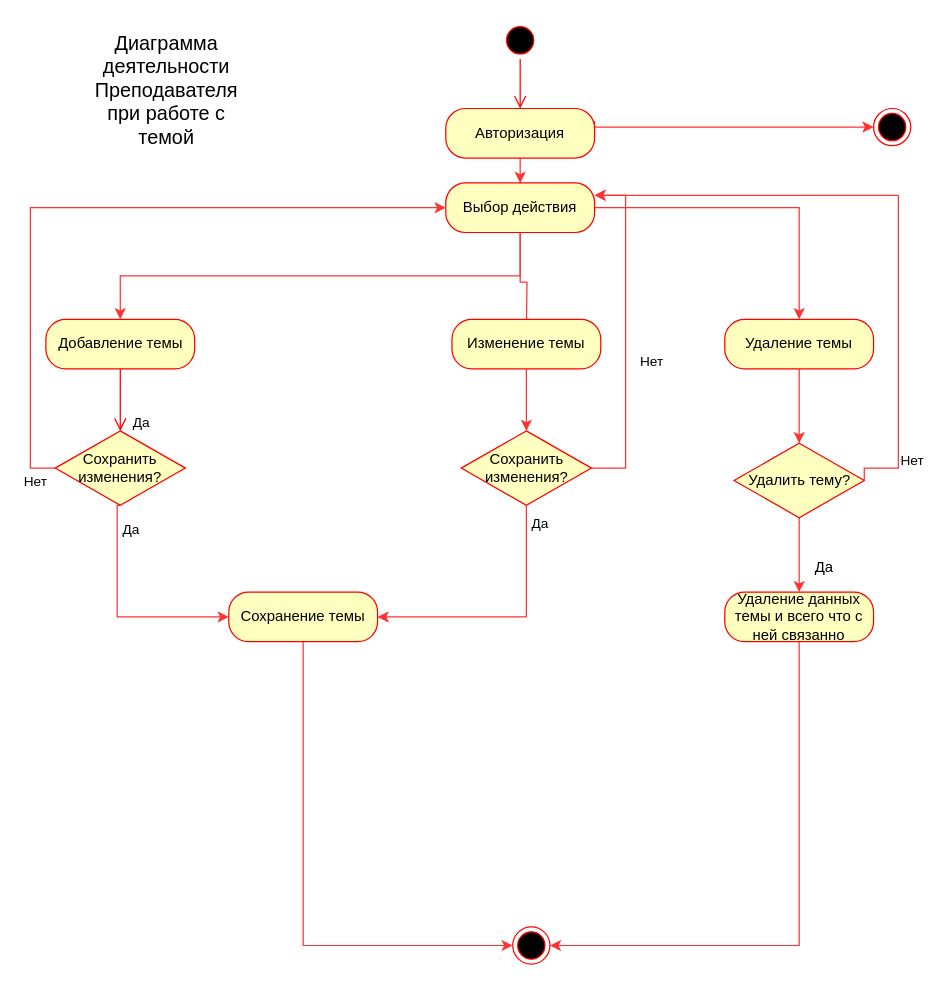
FaridunSalimzoda/myvkr keeps this draw.io diagram as page "Activity topic - Teacher" (9 of 10) of UML.drawio. Above is the earlier version. Source tidied: cells renumbered, new cells numbered last; positions are measured from the earlier drawing's top-left corner, leaving out a move shared by most shapes. Both pictures are drawn from the tidied source at 124%, with x=0, y=0 at pixel (45, 21).
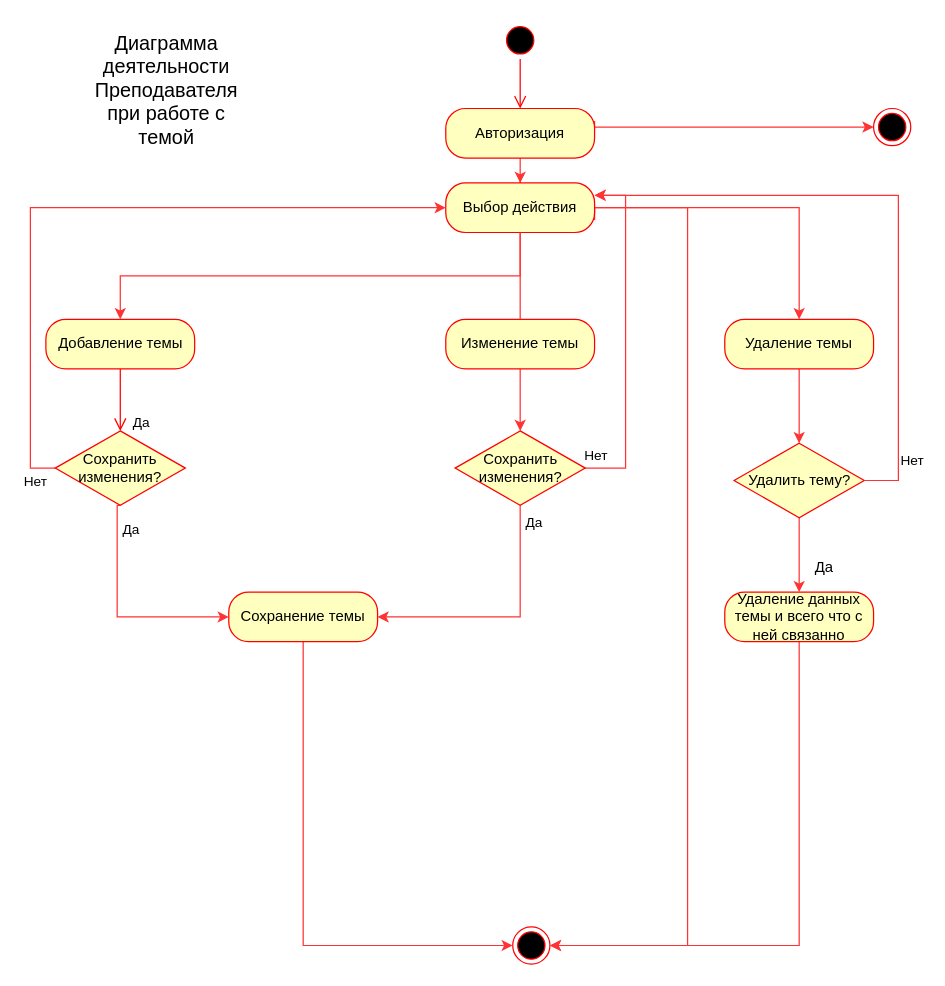
The same diagram, later.

Unchanged cells that the change refers to:
```xml
<mxCell id="10" value="Выбор действия" style="rounded=1;whiteSpace=wrap;html=1;arcSize=40;fontColor=#000000;fillColor=#ffffc0;strokeColor=#ff0000;" parent="1" vertex="1">
  <mxGeometry x="323" y="130" width="120" height="40" as="geometry" />
</mxCell>
<mxCell id="12" style="ellipse;html=1;shape=endState;fillColor=#000000;strokeColor=#ff0000;" parent="1" vertex="1">
  <mxGeometry x="377" y="730" width="30" height="30" as="geometry" />
</mxCell>
<mxCell id="24" style="edgeStyle=orthogonalEdgeStyle;rounded=0;jettySize=auto;html=1;exitX=1;exitY=0.5;exitDx=0;exitDy=0;entryX=1;entryY=0.25;entryDx=0;entryDy=0;strokeColor=#FF3333;" parent="1" edge="1" source="29" target="10">
  <mxGeometry relative="1" as="geometry">
    <Array as="points">
      <mxPoint x="468" y="360" />
      <mxPoint x="468" y="140" />
    </Array>
  </mxGeometry>
</mxCell>
<mxCell id="33" value="Удалить тему?" style="rhombus;whiteSpace=wrap;html=1;fillColor=#ffffc0;strokeColor=#ff0000;" parent="1" vertex="1">
  <mxGeometry x="555.5" y="340" width="105" height="60" as="geometry" />
</mxCell>
```

The edit, as a diff of the source:
```diff
@@
-    <mxCell id="8" style="edgeStyle=orthogonalEdgeStyle;rounded=0;jettySize=auto;html=1;strokeColor=#FF3333;" parent="1" edge="1" source="10">
+    <mxCell id="8" style="edgeStyle=orthogonalEdgeStyle;rounded=0;jettySize=auto;html=1;strokeColor=#FF3333;startArrow=none;" parent="1" edge="1" source="26">
       <mxGeometry relative="1" as="geometry">
         <mxPoint x="388" y="250" as="targetPoint" />
+        <Array as="points">
+          <mxPoint x="383" y="250" />
+        </Array>
       </mxGeometry>
     </mxCell>
@@
+    <mxCell id="39" style="edgeStyle=orthogonalEdgeStyle;rounded=0;jettySize=auto;html=1;exitX=1;exitY=0.75;exitDx=0;exitDy=0;entryX=1;entryY=0.5;entryDx=0;entryDy=0;strokeColor=#FF3333;" parent="1" edge="1" source="10" target="12">
+      <mxGeometry relative="1" as="geometry">
+        <Array as="points">
+          <mxPoint x="443" y="150" />
+          <mxPoint x="518" y="150" />
+          <mxPoint x="518" y="745" />
+        </Array>
+      </mxGeometry>
+    </mxCell>
@@
     <mxCell id="25" value="Нет" style="edgeLabel;html=1;align=center;verticalAlign=middle;" parent="24" vertex="1">
       <mxGeometry x="-0.16" y="-3" relative="1" as="geometry">
-        <mxPoint x="17" as="offset" />
+        <mxPoint x="-28" y="74" as="offset" />
       </mxGeometry>
     </mxCell>
-    <mxCell id="26" value="Изменение темы" style="rounded=1;whiteSpace=wrap;html=1;arcSize=40;fontColor=#000000;fillColor=#ffffc0;strokeColor=#ff0000;" parent="1" vertex="1">
-      <mxGeometry x="328" y="240" width="120" height="40" as="geometry" />
-    </mxCell>
@@
     <mxCell id="29" value="Сохранить изменения?" style="rhombus;whiteSpace=wrap;html=1;fillColor=#ffffc0;strokeColor=#ff0000;" parent="1" vertex="1">
-      <mxGeometry x="335.5" y="330" width="105" height="60" as="geometry" />
+      <mxGeometry x="330.5" y="330" width="105" height="60" as="geometry" />
     </mxCell>
@@
-    <mxCell id="34" style="edgeStyle=orthogonalEdgeStyle;rounded=0;jettySize=auto;html=1;exitX=1;exitY=0.5;exitDx=0;exitDy=0;entryX=1;entryY=0.25;entryDx=0;entryDy=0;strokeColor=#FF3333;" parent="1" edge="1" source="33" target="10">
+    <mxCell id="34" style="edgeStyle=orthogonalEdgeStyle;rounded=0;jettySize=auto;html=1;exitX=1;exitY=0.5;exitDx=0;exitDy=0;strokeColor=#FF3333;" parent="1" edge="1" source="33">
       <mxGeometry relative="1" as="geometry">
+        <mxPoint x="443" y="140" as="targetPoint" />
         <Array as="points">
-          <mxPoint x="688" y="360" />
+          <mxPoint x="688" y="370" />
           <mxPoint x="688" y="140" />
         </Array>
       </mxGeometry>
     </mxCell>
@@
+    <mxCell id="26" value="Изменение темы" style="rounded=1;whiteSpace=wrap;html=1;arcSize=40;fontColor=#000000;fillColor=#ffffc0;strokeColor=#ff0000;" parent="1" vertex="1">
+      <mxGeometry x="323" y="240" width="120" height="40" as="geometry" />
+    </mxCell>
+    <mxCell id="40" style="edgeStyle=orthogonalEdgeStyle;rounded=0;jettySize=auto;html=1;strokeColor=#FF3333;endArrow=none;" parent="1" edge="1" source="10" target="26">
+      <mxGeometry relative="1" as="geometry" />
+    </mxCell>
```
